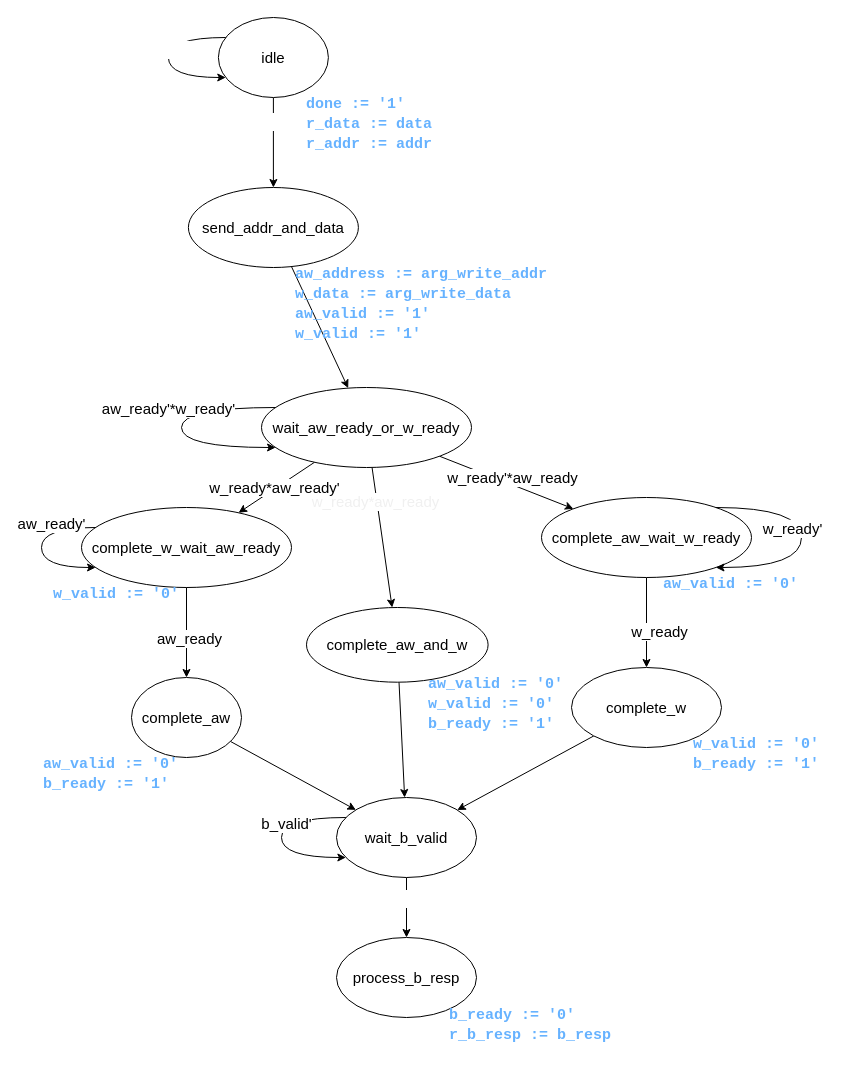
Above: diagram_files/write_submodule/write_submodule_state_diagram.drawio in farukyld/sort-circuit (draw.io), before the change. Source tidied: cells renumbered, new cells numbered last; positions are measured from the earlier drawing's top-left corner, leaving out a move shared by most shapes. Both pictures are drawn from the tidied source at 100%, with x=0, y=0 at pixel (41, 17).
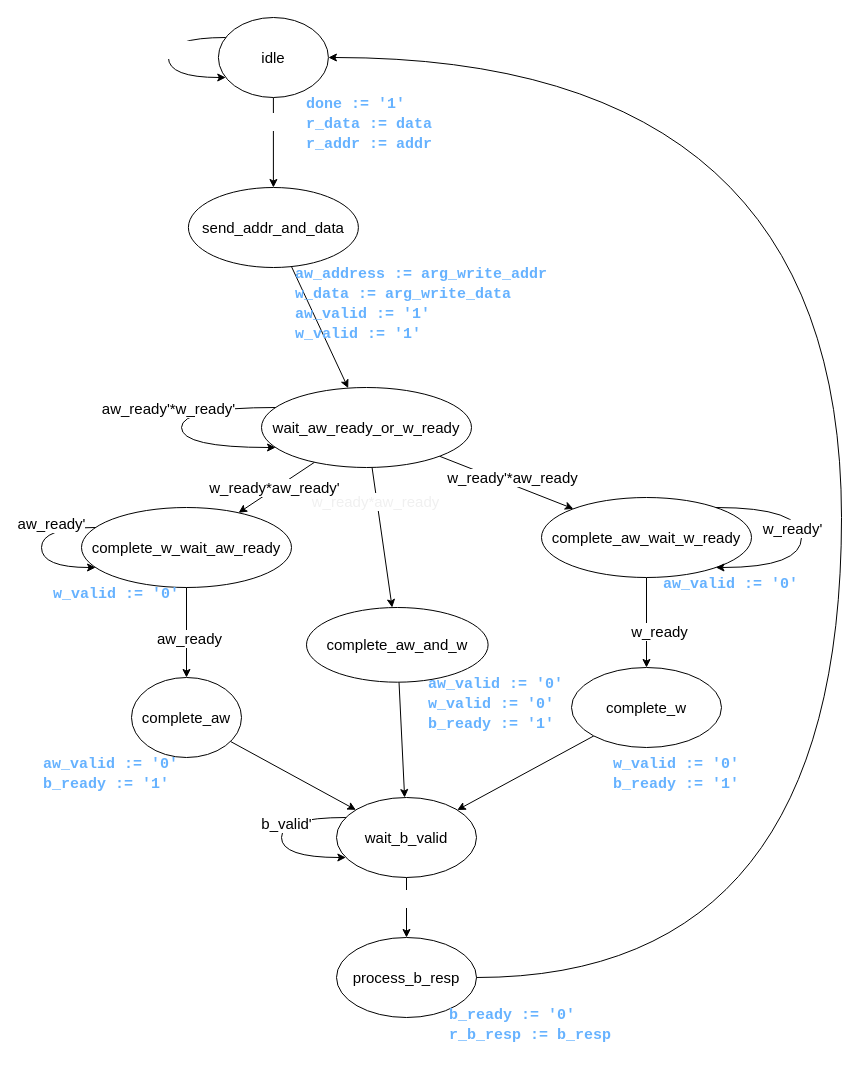
The same diagram, later.

Commit message:
added transition arrow in the drawio file

The change refers to these unchanged cells:
```xml
<mxCell id="38" value="&lt;font style=&quot;font-size: 15px;&quot;&gt;process_b_resp&lt;br&gt;&lt;/font&gt;" style="ellipse;whiteSpace=wrap;html=1;rounded=0;" parent="37" vertex="1">
  <mxGeometry width="140" height="80" as="geometry" />
</mxCell>
<mxCell id="47" value="&lt;font style=&quot;font-size: 15px;&quot;&gt;idle&lt;br&gt;&lt;/font&gt;" style="ellipse;whiteSpace=wrap;html=1;rounded=0;" parent="46" vertex="1">
  <mxGeometry width="110" height="80" as="geometry" />
</mxCell>
```

Diff of the diagram source:
```diff
@@
-    <mxCell id="40" style="group;" parent="1" vertex="1">
-      <mxGeometry x="530" y="650" width="260" height="110" as="geometry" />
-    </mxCell>
-    <mxCell id="41" value="&lt;font style=&quot;font-size: 15px;&quot;&gt;complete_w&lt;br&gt;&lt;/font&gt;" style="ellipse;whiteSpace=wrap;html=1;rounded=0;" parent="40" vertex="1">
-      <mxGeometry width="150" height="80" as="geometry" />
-    </mxCell>
-    <mxCell id="42" value="&lt;font face=&quot;Courier New&quot;&gt;&lt;b&gt;&lt;span style=&quot;color: rgb(102, 178, 255); font-size: 15px; font-style: normal; font-variant-ligatures: normal; font-variant-caps: normal; letter-spacing: normal; orphans: 2; text-align: center; text-indent: 0px; text-transform: none; widows: 2; word-spacing: 0px; -webkit-text-stroke-width: 0px; text-decoration-thickness: initial; text-decoration-style: initial; text-decoration-color: initial; float: none; display: inline !important;&quot;&gt;w_valid := '0'&lt;/span&gt;&lt;/b&gt;&lt;/font&gt;&lt;font face=&quot;Courier New&quot;&gt;&lt;span style=&quot;orphans: 2; text-align: center; text-indent: 0px; widows: 2; text-decoration-thickness: initial; text-decoration-style: initial; text-decoration-color: initial; float: none; display: inline !important;&quot;&gt;&lt;br&gt;&lt;/span&gt;&lt;/font&gt;&lt;b style=&quot;font-family: &amp;quot;Courier New&amp;quot;;&quot;&gt;&lt;span style=&quot;color: rgb(102, 178, 255); text-align: center;&quot;&gt;b_ready := '1'&lt;/span&gt;&lt;/b&gt;&lt;font face=&quot;Courier New&quot;&gt;&lt;span style=&quot;orphans: 2; text-align: center; text-indent: 0px; widows: 2; text-decoration-thickness: initial; text-decoration-style: initial; text-decoration-color: initial; float: none; display: inline !important;&quot;&gt;&lt;font color=&quot;#66b2ff&quot;&gt;&lt;b&gt;&amp;nbsp;&lt;/b&gt;&lt;/font&gt;&lt;/span&gt;&lt;/font&gt;" style="text;whiteSpace=wrap;html=1;fontSize=15;fontColor=#FFFFFF;" parent="40" vertex="1">
-      <mxGeometry x="120" y="60" width="140" height="50" as="geometry" />
-    </mxCell>
@@
+    <mxCell id="56" style="edgeStyle=orthogonalEdgeStyle;html=1;fontSize=15;fontColor=#FFFFFF;curved=1;" parent="1" edge="1" source="38" target="47">
+      <mxGeometry relative="1" as="geometry">
+        <Array as="points">
+          <mxPoint x="800" y="960" />
+          <mxPoint x="800" y="40" />
+        </Array>
+      </mxGeometry>
+    </mxCell>
+    <mxCell id="57" style="group;" parent="1" vertex="1">
+      <mxGeometry x="530" y="650" width="180" height="130" as="geometry" />
+    </mxCell>
+    <mxCell id="41" value="&lt;font style=&quot;font-size: 15px;&quot;&gt;complete_w&lt;br&gt;&lt;/font&gt;" style="ellipse;whiteSpace=wrap;html=1;rounded=0;" parent="57" vertex="1">
+      <mxGeometry width="150" height="80" as="geometry" />
+    </mxCell>
+    <mxCell id="42" value="&lt;font face=&quot;Courier New&quot;&gt;&lt;b&gt;&lt;span style=&quot;color: rgb(102, 178, 255); font-size: 15px; font-style: normal; font-variant-ligatures: normal; font-variant-caps: normal; letter-spacing: normal; orphans: 2; text-align: center; text-indent: 0px; text-transform: none; widows: 2; word-spacing: 0px; -webkit-text-stroke-width: 0px; text-decoration-thickness: initial; text-decoration-style: initial; text-decoration-color: initial; float: none; display: inline !important;&quot;&gt;w_valid := '0'&lt;/span&gt;&lt;/b&gt;&lt;/font&gt;&lt;font face=&quot;Courier New&quot;&gt;&lt;span style=&quot;orphans: 2; text-align: center; text-indent: 0px; widows: 2; text-decoration-thickness: initial; text-decoration-style: initial; text-decoration-color: initial; float: none; display: inline !important;&quot;&gt;&lt;br&gt;&lt;/span&gt;&lt;/font&gt;&lt;b style=&quot;font-family: &amp;quot;Courier New&amp;quot;;&quot;&gt;&lt;span style=&quot;color: rgb(102, 178, 255); text-align: center;&quot;&gt;b_ready := '1'&lt;/span&gt;&lt;/b&gt;&lt;font face=&quot;Courier New&quot;&gt;&lt;span style=&quot;orphans: 2; text-align: center; text-indent: 0px; widows: 2; text-decoration-thickness: initial; text-decoration-style: initial; text-decoration-color: initial; float: none; display: inline !important;&quot;&gt;&lt;font color=&quot;#66b2ff&quot;&gt;&lt;b&gt;&amp;nbsp;&lt;/b&gt;&lt;/font&gt;&lt;/span&gt;&lt;/font&gt;" style="text;whiteSpace=wrap;html=1;fontSize=15;fontColor=#FFFFFF;" parent="57" vertex="1">
+      <mxGeometry x="40" y="80" width="140" height="50" as="geometry" />
+    </mxCell>
```
